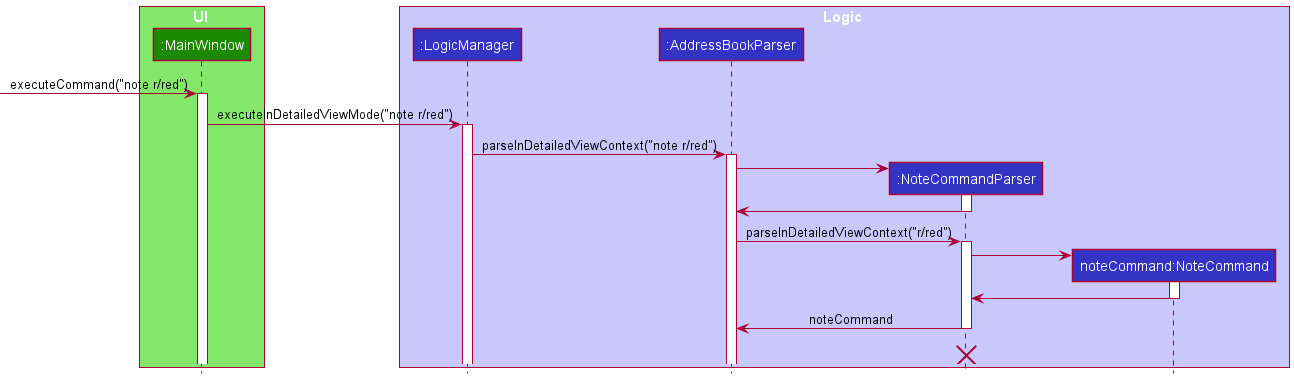
The PlantUML diagram docs/images/detailedview/DetailedViewExecutionState2.png in weijuey/tp, before a commit. Source of this version:
```plantuml
@startuml
!include ../style.puml

Box UI UI_COLOR_T1
participant ":MainWindow" as MainWindow UI_COLOR

Box Logic LOGIC_COLOR_T1
participant ":LogicManager" as LogicManager LOGIC_COLOR
participant ":AddressBookParser" as ABParser LOGIC_COLOR
participant ":NoteCommandParser" as NoteCommandParser LOGIC_COLOR
participant "noteCommand:NoteCommand" as NoteCommand LOGIC_COLOR
end box

[-> MainWindow : executeCommand("note r/red")
activate MainWindow

MainWindow -> LogicManager : executeInDetailedViewMode("note r/red")
activate LogicManager

LogicManager -> ABParser : parseInDetailedViewContext("note r/red")
activate ABParser

create NoteCommandParser
ABParser -> NoteCommandParser
activate NoteCommandParser
NoteCommandParser -> ABParser
deactivate NoteCommandParser

ABParser -> NoteCommandParser : parseInDetailedViewContext("r/red")
activate NoteCommandParser

create NoteCommand
NoteCommandParser -> NoteCommand
activate NoteCommand
NoteCommand -> NoteCommandParser
deactivate NoteCommand

NoteCommandParser -> ABParser : noteCommand
deactivate NoteCommandParser
NoteCommandParser -[hidden]-> NoteCommandParser
destroy NoteCommandParser

@enduml
```
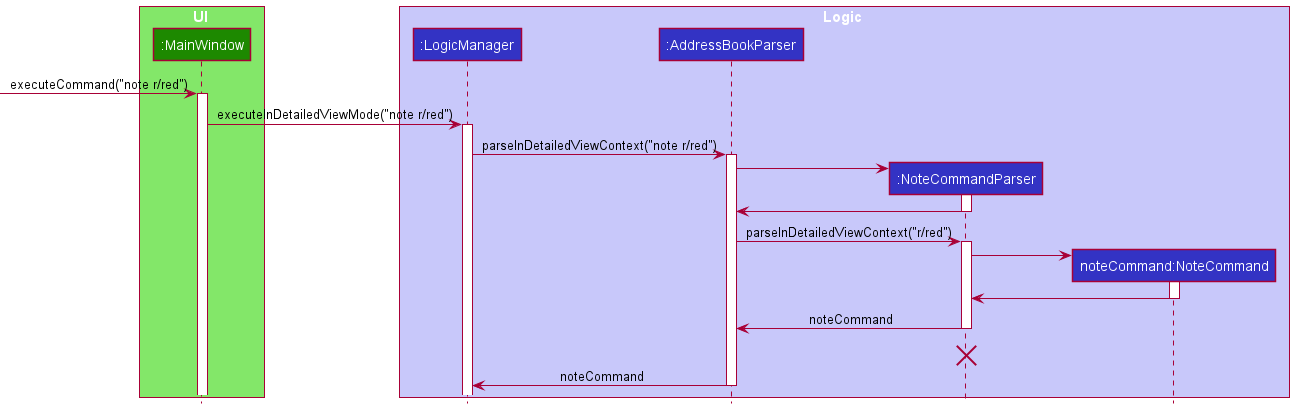
Later version of the same file.

Commit message:
Extend step 2 sequence diagram

What changed in the source:
```diff
@@ -40,4 +40,7 @@
 NoteCommandParser -[hidden]-> NoteCommandParser
 destroy NoteCommandParser
 
+ABParser -> LogicManager : noteCommand
+deactivate ABParser
+
 @enduml
```
